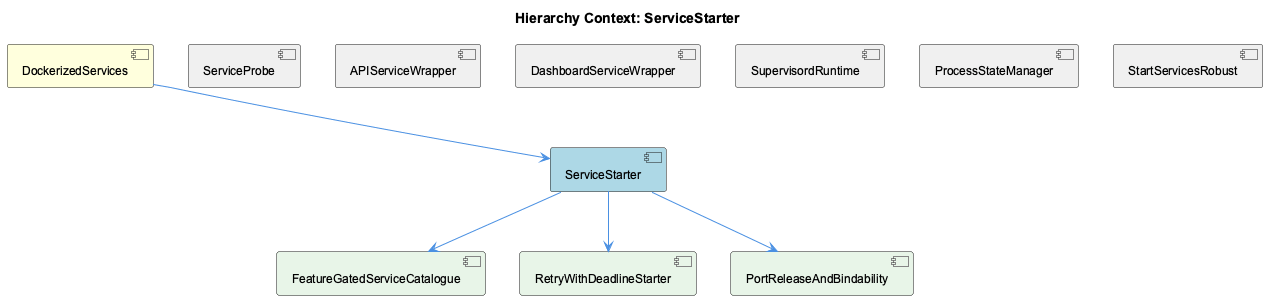
This is knowledge-management/insights/images/service-starter-relationship.png from fwornle/coding, a PlantUML export, as it was before one commit.
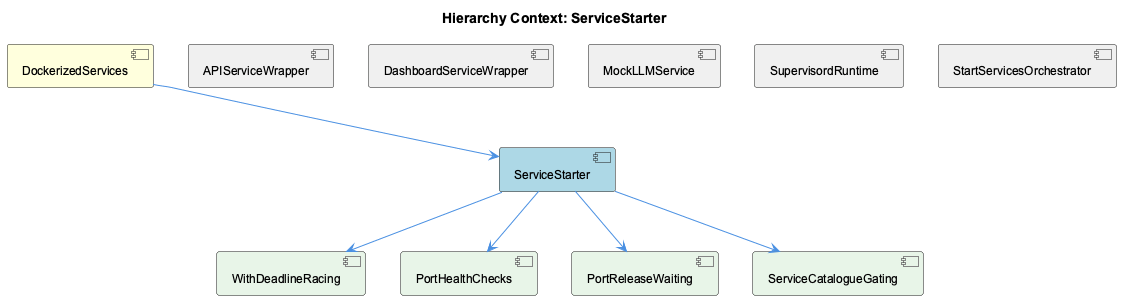
Above is the later version.

The edit, as a diff of the source:
```diff
@@ -5,25 +5,25 @@
 
 [DockerizedServices] as dockerized_services #FFFFDD
 [ServiceStarter] as service_starter #LightBlue
-[ServiceProbe] as service_probe #F0F0F0
 [APIServiceWrapper] as apiservice_wrapper #F0F0F0
 [DashboardServiceWrapper] as dashboard_service_wrapper #F0F0F0
+[MockLLMService] as mock_llmservice #F0F0F0
 [SupervisordRuntime] as supervisord_runtime #F0F0F0
-[ProcessStateManager] as process_state_manager #F0F0F0
-[StartServicesRobust] as start_services_robust #F0F0F0
-[FeatureGatedServiceCatalogue] as feature_gated_service_catalogue #E8F5E8
-[RetryWithDeadlineStarter] as retry_with_deadline_starter #E8F5E8
-[PortReleaseAndBindability] as port_release_and_bindability #E8F5E8
+[StartServicesOrchestrator] as start_services_orchestrator #F0F0F0
+[WithDeadlineRacing] as with_deadline_racing #E8F5E8
+[PortHealthChecks] as port_health_checks #E8F5E8
+[PortReleaseWaiting] as port_release_waiting #E8F5E8
+[ServiceCatalogueGating] as service_catalogue_gating #E8F5E8
 
 dockerized_services --> service_starter
-service_probe -[hidden]- service_starter
 apiservice_wrapper -[hidden]- service_starter
 dashboard_service_wrapper -[hidden]- service_starter
+mock_llmservice -[hidden]- service_starter
 supervisord_runtime -[hidden]- service_starter
-process_state_manager -[hidden]- service_starter
-start_services_robust -[hidden]- service_starter
-service_starter --> feature_gated_service_catalogue
-service_starter --> retry_with_deadline_starter
-service_starter --> port_release_and_bindability
+start_services_orchestrator -[hidden]- service_starter
+service_starter --> with_deadline_racing
+service_starter --> port_health_checks
+service_starter --> port_release_waiting
+service_starter --> service_catalogue_gating
 
 @enduml
```
